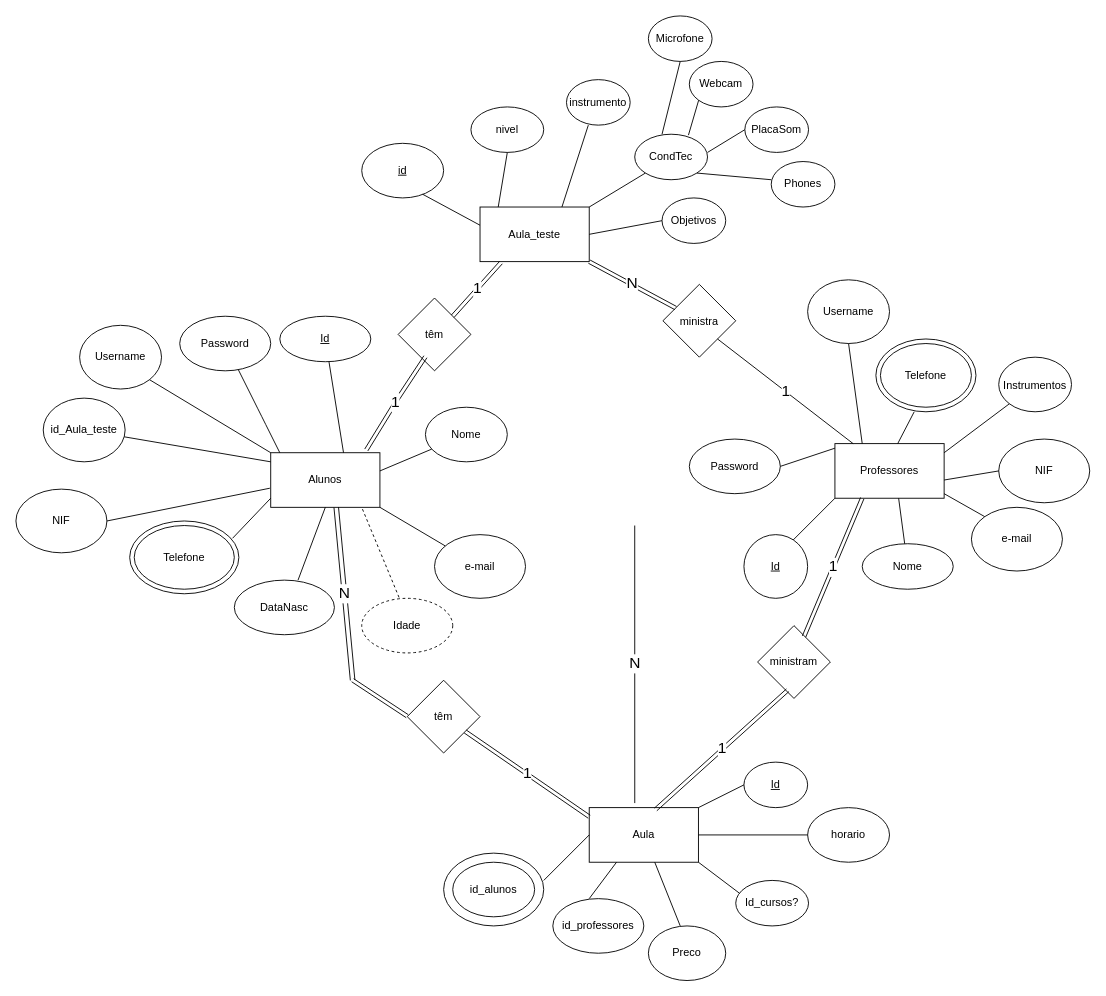
brenexvex/firstproject keeps this draw.io diagram as Modelo_inicial.drawio. Above is the earlier version. Source tidied: cells renumbered, new cells numbered last; positions are measured from the earlier drawing's top-left corner, leaving out a move shared by most shapes. Both pictures are drawn from the tidied source at 91%, with x=0, y=0 at pixel (15, 15).
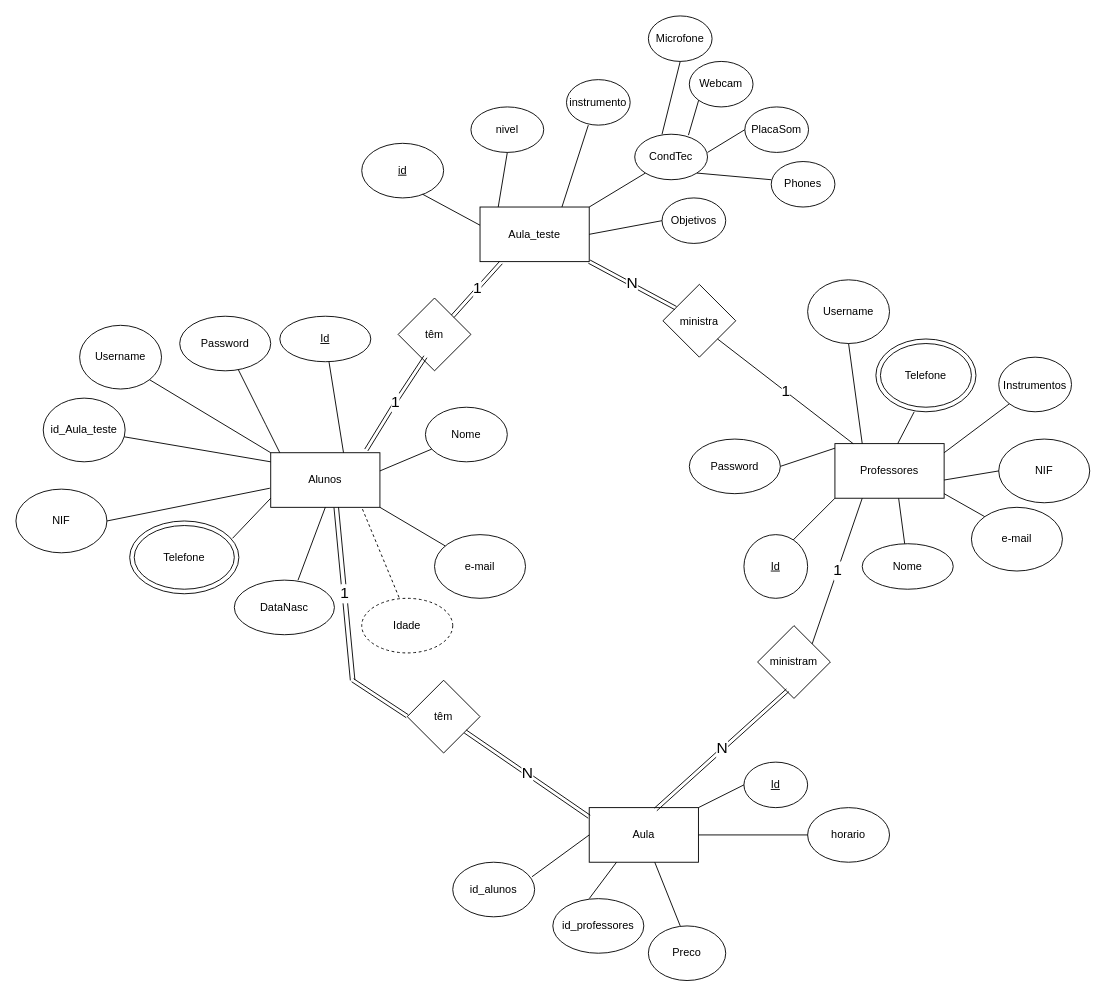
The same diagram, later.

The change refers to these unchanged cells:
```xml
<mxCell id="2" value="Alunos" style="rounded=0;whiteSpace=wrap;html=1;" parent="1" vertex="1">
  <mxGeometry x="280" y="480" width="120" height="60" as="geometry" />
</mxCell>
<mxCell id="18" value="Professores" style="rounded=0;whiteSpace=wrap;html=1;" parent="1" vertex="1">
  <mxGeometry x="900" y="470" width="120" height="60" as="geometry" />
</mxCell>
<mxCell id="25" value="Aula" style="rounded=0;whiteSpace=wrap;html=1;" parent="1" vertex="1">
  <mxGeometry x="630" y="870" width="120" height="60" as="geometry" />
</mxCell>
<mxCell id="28" value="ministram" style="rhombus;whiteSpace=wrap;html=1;" parent="1" vertex="1">
  <mxGeometry x="815" y="670" width="80" height="80" as="geometry" />
</mxCell>
<mxCell id="29" value="têm" style="rhombus;whiteSpace=wrap;html=1;" parent="1" vertex="1">
  <mxGeometry x="430" y="730" width="80" height="80" as="geometry" />
</mxCell>
<mxCell id="43" value="id_alunos" style="ellipse;whiteSpace=wrap;html=1;" parent="1" vertex="1">
  <mxGeometry x="480" y="930" width="90" height="60" as="geometry" />
</mxCell>
```

The edit, as a diff of the source:
```diff
@@
-    <mxCell id="38" value="1" style="shape=link;html=1;entryX=0.25;entryY=1;entryDx=0;entryDy=0;exitX=0.638;exitY=0.15;exitDx=0;exitDy=0;exitPerimeter=0;fontSize=17;" parent="1" edge="1" source="28" target="18">
-      <mxGeometry relative="1" as="geometry" />
-    </mxCell>
-    <mxCell id="39" value="1" style="shape=link;html=1;exitX=0.608;exitY=0.033;exitDx=0;exitDy=0;exitPerimeter=0;entryX=0.413;entryY=0.888;entryDx=0;entryDy=0;entryPerimeter=0;fontSize=17;" parent="1" edge="1" source="25" target="28">
+    <mxCell id="39" value="N" style="shape=link;html=1;exitX=0.608;exitY=0.033;exitDx=0;exitDy=0;exitPerimeter=0;entryX=0.413;entryY=0.888;entryDx=0;entryDy=0;entryPerimeter=0;fontSize=17;" parent="1" edge="1" source="25" target="28">
       <mxGeometry relative="1" as="geometry" />
     </mxCell>
-    <mxCell id="40" value="N" style="shape=link;html=1;exitX=0.6;exitY=1;exitDx=0;exitDy=0;exitPerimeter=0;width=5;fontSize=17;" parent="1" edge="1" source="2">
+    <mxCell id="40" value="1" style="shape=link;html=1;exitX=0.6;exitY=1;exitDx=0;exitDy=0;exitPerimeter=0;width=5;fontSize=17;" parent="1" edge="1" source="2">
       <mxGeometry relative="1" as="geometry">
         <mxPoint x="370" y="730" as="targetPoint" />
       </mxGeometry>
     </mxCell>
@@
-    <mxCell id="42" value="1" style="shape=link;html=1;endSize=6;fontSize=17;" parent="1" edge="1" source="29">
+    <mxCell id="42" value="N" style="shape=link;html=1;endSize=6;fontSize=17;" parent="1" edge="1" source="29">
       <mxGeometry relative="1" as="geometry">
         <mxPoint x="630" y="880" as="targetPoint" />
       </mxGeometry>
     </mxCell>
@@
-    <mxCell id="45" style="ellipse;whiteSpace=wrap;html=1;fillColor=none;" parent="1" vertex="1">
-      <mxGeometry x="470" y="920" width="110" height="80" as="geometry" />
-    </mxCell>
-    <mxCell id="46" style="endArrow=none;html=1;" parent="1" edge="1">
+    <mxCell id="46" style="endArrow=none;html=1;exitX=0.967;exitY=0.267;exitDx=0;exitDy=0;exitPerimeter=0;" parent="1" edge="1" source="43">
       <mxGeometry relative="1" as="geometry">
-        <mxPoint x="580" y="950" as="sourcePoint" />
         <mxPoint x="630" y="900" as="targetPoint" />
       </mxGeometry>
     </mxCell>
@@
-    <mxCell id="52" value="N" style="endArrow=none;html=1;fontSize=17;exitX=0.417;exitY=-0.083;exitDx=0;exitDy=0;exitPerimeter=0;" parent="1" edge="1" source="25">
-      <mxGeometry relative="1" as="geometry">
-        <mxPoint x="680" y="560" as="targetPoint" />
-      </mxGeometry>
-    </mxCell>
-    <mxCell id="53" value="Id_cursos?" style="ellipse;whiteSpace=wrap;html=1;fontSize=12;" parent="1" vertex="1">
-      <mxGeometry x="791" y="950" width="80" height="50" as="geometry" />
-    </mxCell>
-    <mxCell id="54" style="endArrow=none;html=1;fontSize=12;exitX=0.05;exitY=0.28;exitDx=0;exitDy=0;exitPerimeter=0;entryX=1;entryY=1;entryDx=0;entryDy=0;" parent="1" edge="1" source="53" target="25">
-      <mxGeometry relative="1" as="geometry" />
-    </mxCell>
@@
+    <mxCell id="38" value="1" style="endArrow=none;html=1;fontSize=17;exitX=1;exitY=0;exitDx=0;exitDy=0;" parent="1" edge="1" source="28">
+      <mxGeometry relative="1" as="geometry">
+        <mxPoint x="930" y="530" as="targetPoint" />
+      </mxGeometry>
+    </mxCell>
```
